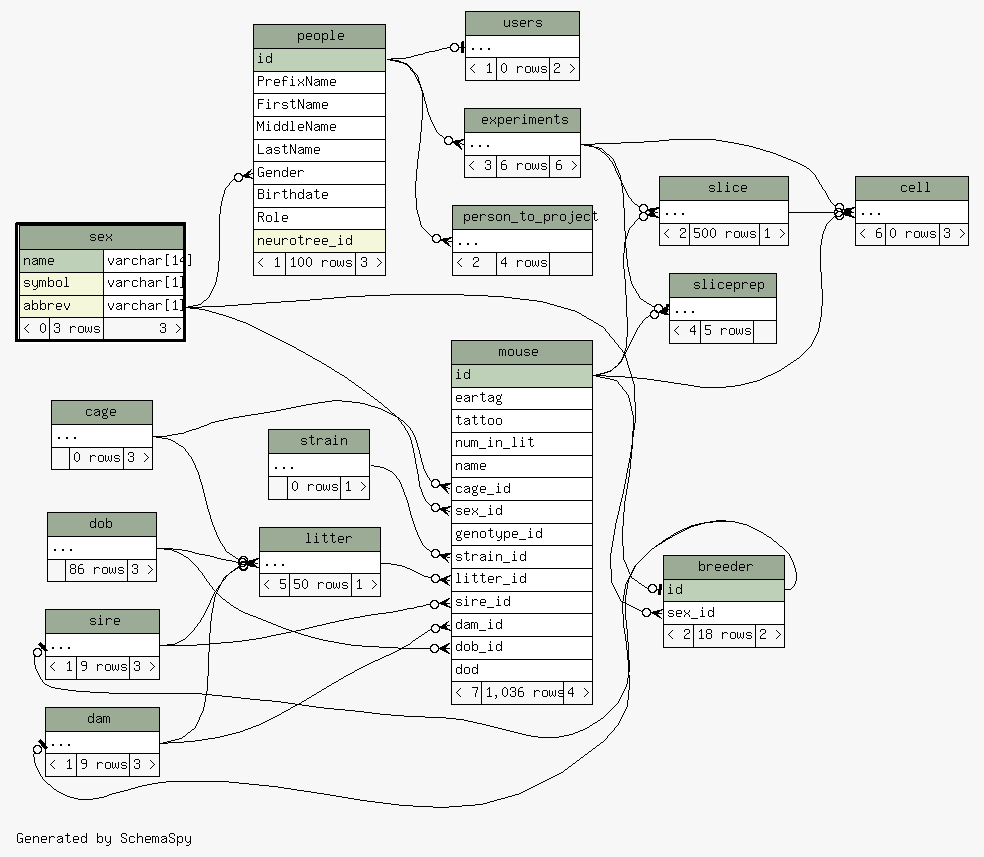
Earlier version of the Graphviz export database/ss/diagrams/sex.2degrees.png (tgbugs/mlab). Its source is kept beside it as database/ss/diagrams/sex.2degrees.dot.
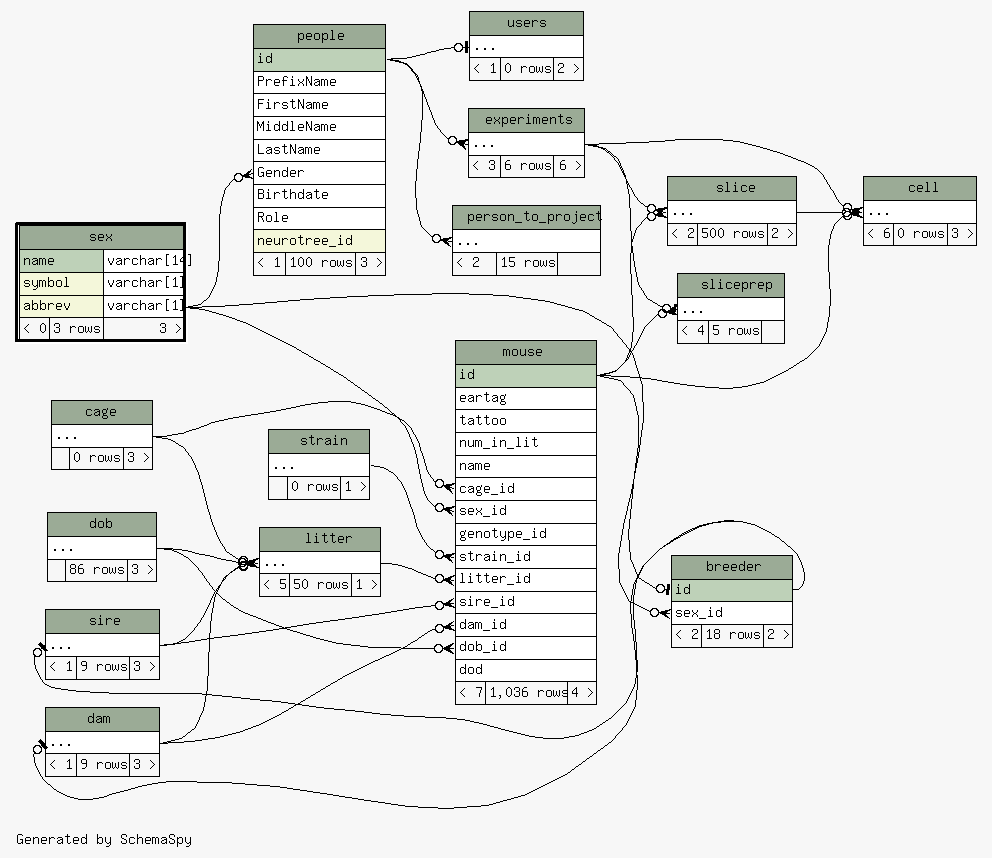
After the commit.

The edit, as a diff of the source:
```diff
@@ -160,7 +160,7 @@
     <TABLE BORDER="0" CELLBORDER="1" CELLSPACING="0" BGCOLOR="#ffffff">
       <TR><TD COLSPAN="3" BGCOLOR="#9bab96" ALIGN="CENTER">person_to_project</TD></TR>
       <TR><TD PORT="elipses" COLSPAN="3" ALIGN="LEFT">...</TD></TR>
-      <TR><TD ALIGN="LEFT" BGCOLOR="#f7f7f7">&lt; 2</TD><TD ALIGN="RIGHT" BGCOLOR="#f7f7f7">4 rows</TD><TD ALIGN="RIGHT" BGCOLOR="#f7f7f7">  </TD></TR>
+      <TR><TD ALIGN="LEFT" BGCOLOR="#f7f7f7">&lt; 2</TD><TD ALIGN="RIGHT" BGCOLOR="#f7f7f7">15 rows</TD><TD ALIGN="RIGHT" BGCOLOR="#f7f7f7">  </TD></TR>
     </TABLE>>
     URL="person_to_project.html"
     tooltip="person_to_project"
@@ -192,7 +192,7 @@
     <TABLE BORDER="0" CELLBORDER="1" CELLSPACING="0" BGCOLOR="#ffffff">
       <TR><TD COLSPAN="3" BGCOLOR="#9bab96" ALIGN="CENTER">slice</TD></TR>
       <TR><TD PORT="elipses" COLSPAN="3" ALIGN="LEFT">...</TD></TR>
-      <TR><TD ALIGN="LEFT" BGCOLOR="#f7f7f7">&lt; 2</TD><TD ALIGN="RIGHT" BGCOLOR="#f7f7f7">500 rows</TD><TD ALIGN="RIGHT" BGCOLOR="#f7f7f7">1 &gt;</TD></TR>
+      <TR><TD ALIGN="LEFT" BGCOLOR="#f7f7f7">&lt; 2</TD><TD ALIGN="RIGHT" BGCOLOR="#f7f7f7">500 rows</TD><TD ALIGN="RIGHT" BGCOLOR="#f7f7f7">2 &gt;</TD></TR>
     </TABLE>>
     URL="slice.html"
     tooltip="slice"
```
